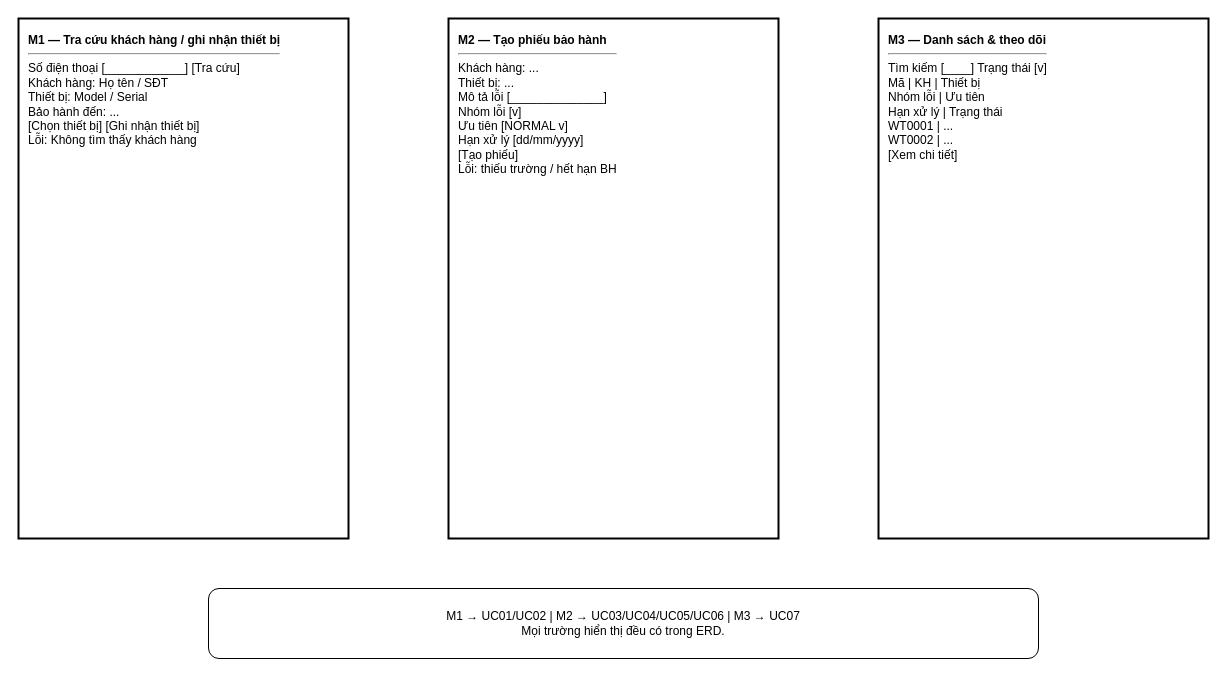
Earlier version of the draw.io diagram docs/wireframe.drawio (NguyenGiaHuy1608/cdtn1-nguyengiahuy-l2). Source tidied: cells renumbered, new cells numbered last; positions are measured from the earlier drawing's top-left corner, leaving out a move shared by most shapes. Both pictures are drawn from the tidied source at 100%, with x=0, y=0 at pixel (18, 18).
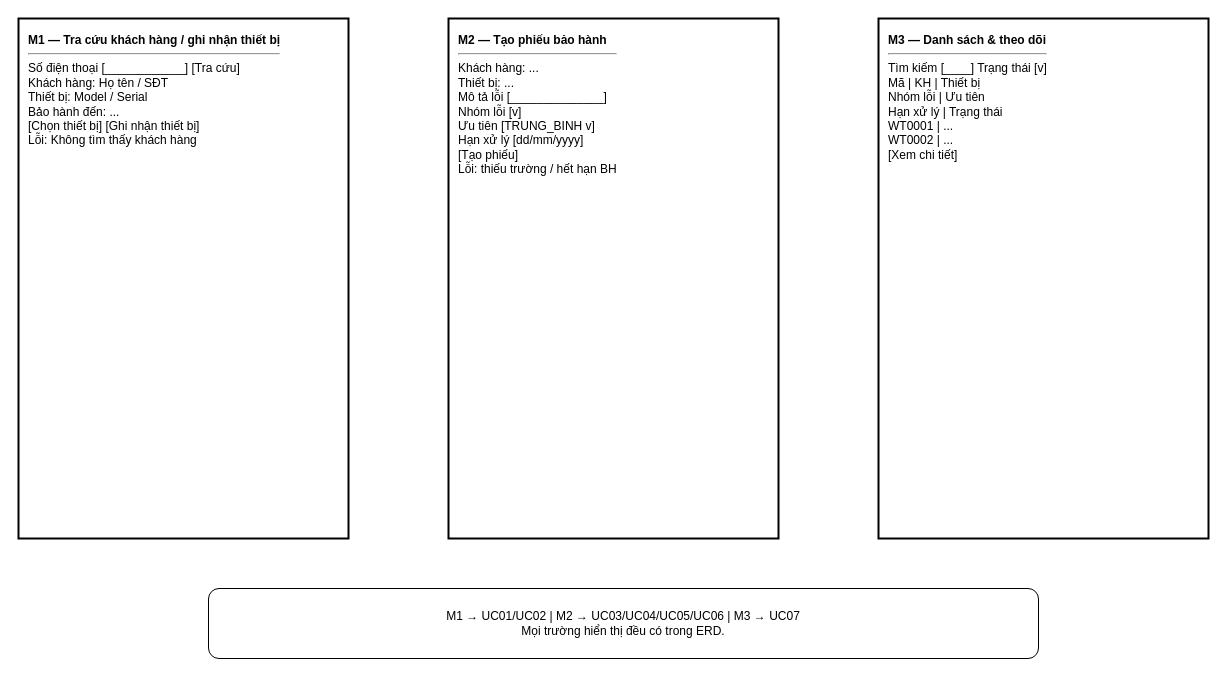
The same diagram, later.

The edit, as a diff of the source:
```diff
@@
 <mxGraphModel>
   <root>
     <mxCell id="0" />
     <mxCell id="1" parent="0" />
     <mxCell id="2" value="&lt;b&gt;M1 — Tra cứu khách hàng / ghi nhận thiết bị&lt;/b&gt;&lt;hr/&gt;Số điện thoại [____________] [Tra cứu]&lt;br/&gt;Khách hàng: Họ tên / SĐT&lt;br/&gt;Thiết bị: Model / Serial&lt;br/&gt;Bảo hành đến: ...&lt;br/&gt;[Chọn thiết bị] [Ghi nhận thiết bị]&lt;br/&gt;Lỗi: Không tìm thấy khách hàng" style="rounded=0;whiteSpace=wrap;html=1;align=left;verticalAlign=top;spacing=10;strokeWidth=2;" parent="1" vertex="1">
       <mxGeometry width="330" height="520" as="geometry" />
     </mxCell>
-    <mxCell id="3" value="&lt;b&gt;M2 — Tạo phiếu bảo hành&lt;/b&gt;&lt;hr/&gt;Khách hàng: ...&lt;br/&gt;Thiết bị: ...&lt;br/&gt;Mô tả lỗi [______________]&lt;br/&gt;Nhóm lỗi [v]&lt;br/&gt;Ưu tiên [NORMAL v]&lt;br/&gt;Hạn xử lý [dd/mm/yyyy]&lt;br/&gt;[Tạo phiếu]&lt;br/&gt;Lỗi: thiếu trường / hết hạn BH" style="rounded=0;whiteSpace=wrap;html=1;align=left;verticalAlign=top;spacing=10;strokeWidth=2;" parent="1" vertex="1">
+    <mxCell id="3" value="&lt;b&gt;M2 — Tạo phiếu bảo hành&lt;/b&gt;&lt;hr/&gt;Khách hàng: ...&lt;br/&gt;Thiết bị: ...&lt;br/&gt;Mô tả lỗi [______________]&lt;br/&gt;Nhóm lỗi [v]&lt;br/&gt;Ưu tiên [TRUNG_BINH v]&lt;br/&gt;Hạn xử lý [dd/mm/yyyy]&lt;br/&gt;[Tạo phiếu]&lt;br/&gt;Lỗi: thiếu trường / hết hạn BH" style="rounded=0;whiteSpace=wrap;html=1;align=left;verticalAlign=top;spacing=10;strokeWidth=2;" parent="1" vertex="1">
       <mxGeometry x="430" width="330" height="520" as="geometry" />
     </mxCell>
     <mxCell id="4" value="&lt;b&gt;M3 — Danh sách &amp; theo dõi&lt;/b&gt;&lt;hr/&gt;Tìm kiếm [____] Trạng thái [v]&lt;br/&gt;Mã | KH | Thiết bị&lt;br/&gt;Nhóm lỗi | Ưu tiên&lt;br/&gt;Hạn xử lý | Trạng thái&lt;br/&gt;WT0001 | ...&lt;br/&gt;WT0002 | ...&lt;br/&gt;[Xem chi tiết]" style="rounded=0;whiteSpace=wrap;html=1;align=left;verticalAlign=top;spacing=10;strokeWidth=2;" parent="1" vertex="1">
       <mxGeometry x="860" width="330" height="520" as="geometry" />
     </mxCell>
     <mxCell id="5" value="M1 → UC01/UC02 | M2 → UC03/UC04/UC05/UC06 | M3 → UC07&lt;br/&gt;Mọi trường hiển thị đều có trong ERD." style="rounded=1;whiteSpace=wrap;html=1;" parent="1" vertex="1">
       <mxGeometry x="190" y="570" width="830" height="70" as="geometry" />
     </mxCell>
   </root>
 </mxGraphModel>
```
